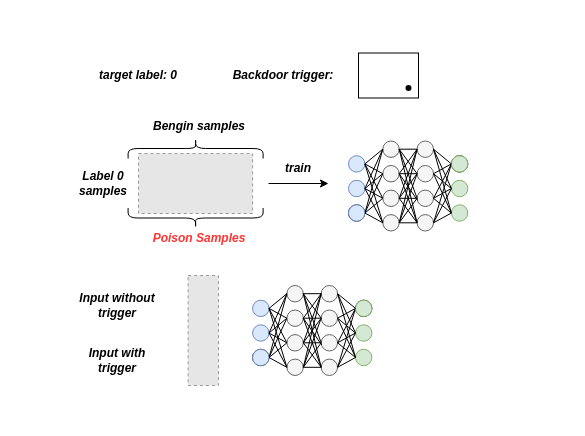
This is drawio/BadNets.drawio from ShizhongP/dl-notes, a draw.io file, before an edit. Source tidied: cells renumbered, new cells numbered last; positions are measured from the earlier drawing's top-left corner, leaving out a move shared by most shapes. Both pictures are drawn from the tidied source at 100%, with x=0, y=0 at pixel (68, 52). Pictures stored in the file or linked from it are replaced by grey dashed boxes.
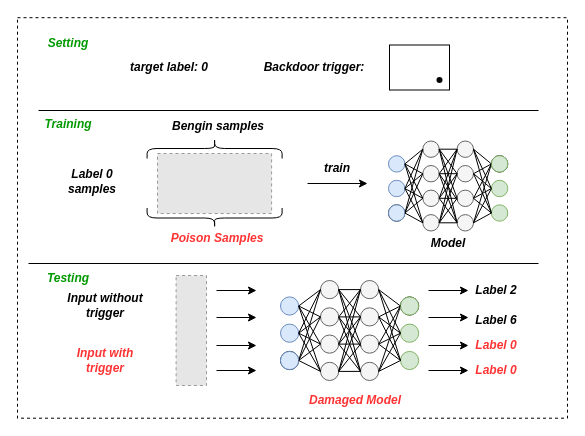
Above is the later version.

The edit, as a diff of the source:
```diff
@@
+    <mxCell id="133" style="rounded=0;whiteSpace=wrap;html=1;dashed=1;" parent="1" vertex="1">
+      <mxGeometry x="-51" y="-34.8" width="550" height="400.5" as="geometry" />
+    </mxCell>
     <mxCell id="2" value="&lt;b&gt;&lt;i&gt;target label: 0&lt;/i&gt;&lt;/b&gt;" style="text;html=1;align=center;verticalAlign=middle;whiteSpace=wrap;rounded=0;" parent="1" vertex="1">
-      <mxGeometry x="10" y="8" width="120" height="30" as="geometry" />
+      <mxGeometry x="41" width="120" height="30" as="geometry" />
     </mxCell>
     <mxCell id="3" value="&lt;b&gt;&lt;i&gt;Backdoor trigger:&lt;/i&gt;&lt;/b&gt;" style="text;html=1;align=center;verticalAlign=middle;whiteSpace=wrap;rounded=0;" parent="1" vertex="1">
-      <mxGeometry x="150" y="8" width="130" height="30" as="geometry" />
+      <mxGeometry x="181" width="130" height="30" as="geometry" />
     </mxCell>
     <mxCell id="4" style="rounded=0;whiteSpace=wrap;html=1;" parent="1" vertex="1">
-      <mxGeometry x="290" y="0.5" width="60" height="45" as="geometry" />
+      <mxGeometry x="321" y="-7.5" width="60" height="45" as="geometry" />
     </mxCell>
     <mxCell id="5" style="shape=waypoint;sketch=0;fillStyle=solid;size=6;fillColor=none;perimeter=centerPerimeter;" parent="1" vertex="1">
-      <mxGeometry x="330" y="25.5" width="20" height="20" as="geometry" />
+      <mxGeometry x="361" y="17.5" width="20" height="20" as="geometry" />
     </mxCell>
     <mxCell id="6" style="fillColor=#E6E6E6;strokeColor=#999999;dashed=1;verticalLabelPosition=bottom;labelBackgroundColor=default;verticalAlign=top;" parent="1" vertex="1">
-      <mxGeometry x="70" y="101" width="114.1" height="60" as="geometry" />
+      <mxGeometry x="89" y="101" width="114.1" height="60" as="geometry" />
     </mxCell>
     <mxCell id="7" value="&lt;b&gt;&lt;i&gt;Label 0 samples&lt;/i&gt;&lt;/b&gt;" style="text;html=1;align=center;verticalAlign=middle;whiteSpace=wrap;rounded=0;" parent="1" vertex="1">
-      <mxGeometry y="98.5" width="70" height="65" as="geometry" />
+      <mxGeometry x="-11" y="96" width="70" height="65" as="geometry" />
     </mxCell>
     <mxCell id="8" style="shape=curlyBracket;whiteSpace=wrap;html=1;rounded=1;labelPosition=left;verticalLabelPosition=middle;align=right;verticalAlign=middle;rotation=90;" parent="1" vertex="1">
-      <mxGeometry x="117.1" y="28.5" width="20" height="135" as="geometry" />
+      <mxGeometry x="136.1" y="28.5" width="20" height="135" as="geometry" />
     </mxCell>
     <mxCell id="9" value="&lt;b&gt;&lt;i&gt;Bengin samples&lt;/i&gt;&lt;/b&gt;" style="text;html=1;align=center;verticalAlign=middle;whiteSpace=wrap;rounded=0;" parent="1" vertex="1">
-      <mxGeometry x="78.3" y="58.5" width="105.9" height="30" as="geometry" />
+      <mxGeometry x="97.3" y="58.5" width="105.9" height="30" as="geometry" />
     </mxCell>
     <mxCell id="10" style="shape=curlyBracket;whiteSpace=wrap;html=1;rounded=1;labelPosition=left;verticalLabelPosition=middle;align=right;verticalAlign=middle;rotation=-90;" parent="1" vertex="1">
-      <mxGeometry x="117.1" y="98" width="20" height="135" as="geometry" />
+      <mxGeometry x="136.1" y="98" width="20" height="135" as="geometry" />
     </mxCell>
     <mxCell id="11" value="&lt;b&gt;&lt;i&gt;&lt;font color=&quot;#ff3333&quot;&gt;Poison Samples&lt;/font&gt;&lt;/i&gt;&lt;/b&gt;" style="text;html=1;align=center;verticalAlign=middle;whiteSpace=wrap;rounded=0;" parent="1" vertex="1">
-      <mxGeometry x="71.2" y="171" width="120" height="30" as="geometry" />
+      <mxGeometry x="89" y="171" width="120" height="30" as="geometry" />
     </mxCell>
     <mxCell id="12" value="&lt;i&gt;&lt;b&gt;train&lt;/b&gt;&lt;/i&gt;" style="text;html=1;align=center;verticalAlign=middle;whiteSpace=wrap;rounded=0;" parent="1" vertex="1">
-      <mxGeometry x="200" y="101" width="60" height="30" as="geometry" />
+      <mxGeometry x="239" y="101" width="60" height="30" as="geometry" />
     </mxCell>
     <mxCell id="13" style="endArrow=classic;html=1;rounded=0;" parent="1" edge="1">
       <mxGeometry relative="1" as="geometry">
-        <mxPoint x="200" y="131" as="sourcePoint" />
-        <mxPoint x="260" y="131" as="targetPoint" />
+        <mxPoint x="239" y="131" as="sourcePoint" />
+        <mxPoint x="299" y="131" as="targetPoint" />
       </mxGeometry>
     </mxCell>
     <mxCell id="14" style="group;" parent="1" vertex="1">
-      <mxGeometry x="280" y="88.5" width="120" height="90" as="geometry" />
+      <mxGeometry x="320" y="88.5" width="120" height="90" as="geometry" />
     </mxCell>
@@
     <mxCell id="72" style="fillColor=#E6E6E6;strokeColor=#999999;dashed=1;verticalLabelPosition=bottom;labelBackgroundColor=default;verticalAlign=top;" parent="1" vertex="1">
-      <mxGeometry x="119.6" y="223" width="30.4" height="110" as="geometry" />
+      <mxGeometry x="107.6" y="223" width="30.4" height="110" as="geometry" />
     </mxCell>
     <mxCell id="73" style="group;" parent="1" vertex="1">
-      <mxGeometry x="184.1" y="233" width="120" height="90" as="geometry" />
+      <mxGeometry x="212" y="228" width="140" height="100" as="geometry" />
     </mxCell>
     <mxCell id="74" style="ellipse;whiteSpace=wrap;html=1;fillColor=#dae8fc;strokeColor=#6c8ebf;" parent="73" vertex="1">
-      <mxGeometry y="14.7" width="16.4" height="16.4" as="geometry" />
+      <mxGeometry y="16.4" width="18.2" height="18.2" as="geometry" />
     </mxCell>
     <mxCell id="75" style="ellipse;whiteSpace=wrap;html=1;fillColor=#dae8fc;strokeColor=#6c8ebf;" parent="73" vertex="1">
-      <mxGeometry y="39.3" width="16.4" height="16.4" as="geometry" />
+      <mxGeometry y="43.6" width="18.2" height="18.2" as="geometry" />
     </mxCell>
     <mxCell id="76" style="ellipse;whiteSpace=wrap;html=1;" parent="73" vertex="1">
-      <mxGeometry y="63.8" width="16.4" height="16.4" as="geometry" />
+      <mxGeometry y="70.9" width="18.2" height="18.2" as="geometry" />
     </mxCell>
     <mxCell id="77" style="ellipse;whiteSpace=wrap;html=1;fillColor=#f5f5f5;fontColor=#333333;strokeColor=#666666;" parent="73" vertex="1">
-      <mxGeometry x="34.3" width="16.4" height="16.4" as="geometry" />
+      <mxGeometry x="40" width="18.2" height="18.2" as="geometry" />
     </mxCell>
     <mxCell id="78" style="ellipse;whiteSpace=wrap;html=1;fillColor=#f5f5f5;fontColor=#333333;strokeColor=#666666;" parent="73" vertex="1">
-      <mxGeometry x="34.3" y="24.5" width="16.4" height="16.4" as="geometry" />
+      <mxGeometry x="40" y="27.3" width="18.2" height="18.2" as="geometry" />
     </mxCell>
     <mxCell id="79" style="ellipse;whiteSpace=wrap;html=1;fillColor=#f5f5f5;fontColor=#333333;strokeColor=#666666;" parent="73" vertex="1">
-      <mxGeometry x="34.3" y="49.1" width="16.4" height="16.4" as="geometry" />
+      <mxGeometry x="40" y="54.5" width="18.2" height="18.2" as="geometry" />
     </mxCell>
     <mxCell id="80" style="ellipse;whiteSpace=wrap;html=1;fillColor=#f5f5f5;fontColor=#333333;strokeColor=#666666;" parent="73" vertex="1">
-      <mxGeometry x="34.3" y="73.6" width="16.4" height="16.4" as="geometry" />
+      <mxGeometry x="40" y="81.8" width="18.2" height="18.2" as="geometry" />
     </mxCell>
@@
     <mxCell id="91" style="ellipse;whiteSpace=wrap;html=1;fillColor=#dae8fc;strokeColor=#6c8ebf;" parent="73" vertex="1">
-      <mxGeometry y="63.8" width="16.4" height="16.4" as="geometry" />
+      <mxGeometry y="70.9" width="18.2" height="18.2" as="geometry" />
     </mxCell>
@@
     <mxCell id="94" style="group;rotation=-180;" parent="73" vertex="1">
-      <mxGeometry x="68.6" width="51.4" height="90" as="geometry" />
+      <mxGeometry x="80" width="60" height="100" as="geometry" />
     </mxCell>
     <mxCell id="95" style="ellipse;whiteSpace=wrap;html=1;rotation=-180;fillColor=#d5e8d4;strokeColor=#82b366;" parent="94" vertex="1">
-      <mxGeometry x="34.3" y="63.8" width="16.4" height="16.4" as="geometry" />
+      <mxGeometry x="40" y="70.9" width="18.2" height="18.2" as="geometry" />
     </mxCell>
     <mxCell id="96" style="ellipse;whiteSpace=wrap;html=1;rotation=-180;fillColor=#d5e8d4;strokeColor=#82b366;" parent="94" vertex="1">
-      <mxGeometry x="34.3" y="39.3" width="16.4" height="16.4" as="geometry" />
+      <mxGeometry x="40" y="43.6" width="18.2" height="18.2" as="geometry" />
     </mxCell>
     <mxCell id="97" style="ellipse;whiteSpace=wrap;html=1;rotation=-180;" parent="94" vertex="1">
-      <mxGeometry x="34.3" y="14.7" width="16.4" height="16.4" as="geometry" />
+      <mxGeometry x="40" y="16.4" width="18.2" height="18.2" as="geometry" />
     </mxCell>
     <mxCell id="98" style="ellipse;whiteSpace=wrap;html=1;rotation=-180;fillColor=#f5f5f5;fontColor=#333333;strokeColor=#666666;" parent="94" vertex="1">
-      <mxGeometry y="73.6" width="16.4" height="16.4" as="geometry" />
+      <mxGeometry y="81.8" width="18.2" height="18.2" as="geometry" />
     </mxCell>
     <mxCell id="99" style="ellipse;whiteSpace=wrap;html=1;rotation=-180;fillColor=#f5f5f5;fontColor=#333333;strokeColor=#666666;" parent="94" vertex="1">
-      <mxGeometry y="49.1" width="16.4" height="16.4" as="geometry" />
+      <mxGeometry y="54.5" width="18.2" height="18.2" as="geometry" />
     </mxCell>
     <mxCell id="100" style="ellipse;whiteSpace=wrap;html=1;rotation=-180;fillColor=#f5f5f5;fontColor=#333333;strokeColor=#666666;" parent="94" vertex="1">
-      <mxGeometry y="24.5" width="16.4" height="16.4" as="geometry" />
+      <mxGeometry y="27.3" width="18.2" height="18.2" as="geometry" />
     </mxCell>
     <mxCell id="101" style="ellipse;whiteSpace=wrap;html=1;rotation=-180;fillColor=#f5f5f5;fontColor=#333333;strokeColor=#666666;" parent="94" vertex="1">
-      <mxGeometry width="16.4" height="16.4" as="geometry" />
+      <mxGeometry width="18.2" height="18.2" as="geometry" />
     </mxCell>
@@
     <mxCell id="112" style="ellipse;whiteSpace=wrap;html=1;rotation=-180;fillColor=#d5e8d4;strokeColor=#82b366;" parent="94" vertex="1">
-      <mxGeometry x="34.3" y="14.7" width="16.4" height="16.4" as="geometry" />
+      <mxGeometry x="40" y="16.4" width="18.2" height="18.2" as="geometry" />
     </mxCell>
@@
     <mxCell id="131" value="&lt;b&gt;&lt;i&gt;Input without trigger&lt;/i&gt;&lt;/b&gt;" style="text;html=1;align=center;verticalAlign=middle;whiteSpace=wrap;rounded=0;" parent="1" vertex="1">
-      <mxGeometry y="238" width="98.3" height="30" as="geometry" />
+      <mxGeometry x="-12" y="238" width="98.3" height="30" as="geometry" />
     </mxCell>
-    <mxCell id="132" value="&lt;b&gt;&lt;i&gt;Input with trigger&lt;/i&gt;&lt;/b&gt;" style="text;html=1;align=center;verticalAlign=middle;whiteSpace=wrap;rounded=0;" parent="1" vertex="1">
-      <mxGeometry y="293" width="98.3" height="30" as="geometry" />
+    <mxCell id="132" value="&lt;b&gt;&lt;i&gt;&lt;font color=&quot;#ff3333&quot;&gt;Input with trigger&lt;/font&gt;&lt;/i&gt;&lt;/b&gt;" style="text;html=1;align=center;verticalAlign=middle;whiteSpace=wrap;rounded=0;" parent="1" vertex="1">
+      <mxGeometry x="-12" y="293" width="98.3" height="30" as="geometry" />
     </mxCell>
+    <mxCell id="134" style="endArrow=classic;html=1;rounded=0;" parent="1" edge="1">
+      <mxGeometry relative="1" as="geometry">
+        <mxPoint x="148" y="238" as="sourcePoint" />
+        <mxPoint x="188" y="238" as="targetPoint" />
+      </mxGeometry>
+    </mxCell>
+    <mxCell id="135" style="endArrow=classic;html=1;rounded=0;" parent="1" edge="1">
+      <mxGeometry relative="1" as="geometry">
+        <mxPoint x="148" y="265" as="sourcePoint" />
+        <mxPoint x="188" y="265" as="targetPoint" />
+      </mxGeometry>
+    </mxCell>
+    <mxCell id="136" style="endArrow=classic;html=1;rounded=0;" parent="1" edge="1">
+      <mxGeometry relative="1" as="geometry">
+        <mxPoint x="148" y="293" as="sourcePoint" />
+        <mxPoint x="188" y="293" as="targetPoint" />
+      </mxGeometry>
+    </mxCell>
+    <mxCell id="137" style="endArrow=classic;html=1;rounded=0;" parent="1" edge="1">
+      <mxGeometry relative="1" as="geometry">
+        <mxPoint x="148" y="318" as="sourcePoint" />
+        <mxPoint x="188" y="318" as="targetPoint" />
+      </mxGeometry>
+    </mxCell>
+    <mxCell id="138" style="endArrow=classic;html=1;rounded=0;" parent="1" edge="1">
+      <mxGeometry relative="1" as="geometry">
+        <mxPoint x="360" y="238" as="sourcePoint" />
+        <mxPoint x="400" y="238" as="targetPoint" />
+      </mxGeometry>
+    </mxCell>
+    <mxCell id="139" style="endArrow=classic;html=1;rounded=0;" parent="1" edge="1">
+      <mxGeometry relative="1" as="geometry">
+        <mxPoint x="360" y="265" as="sourcePoint" />
+        <mxPoint x="400" y="265" as="targetPoint" />
+      </mxGeometry>
+    </mxCell>
+    <mxCell id="140" style="endArrow=classic;html=1;rounded=0;" parent="1" edge="1">
+      <mxGeometry relative="1" as="geometry">
+        <mxPoint x="360" y="293" as="sourcePoint" />
+        <mxPoint x="400" y="293" as="targetPoint" />
+      </mxGeometry>
+    </mxCell>
+    <mxCell id="141" style="endArrow=classic;html=1;rounded=0;" parent="1" edge="1">
+      <mxGeometry relative="1" as="geometry">
+        <mxPoint x="360" y="318" as="sourcePoint" />
+        <mxPoint x="400" y="318" as="targetPoint" />
+      </mxGeometry>
+    </mxCell>
+    <mxCell id="142" value="&lt;i&gt;&lt;b&gt;Label 2&lt;/b&gt;&lt;/i&gt;" style="text;html=1;align=center;verticalAlign=middle;whiteSpace=wrap;rounded=0;" parent="1" vertex="1">
+      <mxGeometry x="398" y="223" width="60" height="30" as="geometry" />
+    </mxCell>
+    <mxCell id="143" value="&lt;i&gt;&lt;b&gt;Label 6&lt;/b&gt;&lt;/i&gt;" style="text;html=1;align=center;verticalAlign=middle;whiteSpace=wrap;rounded=0;" parent="1" vertex="1">
+      <mxGeometry x="398" y="253" width="60" height="30" as="geometry" />
+    </mxCell>
+    <mxCell id="144" value="&lt;i&gt;&lt;b&gt;&lt;font color=&quot;#ff3333&quot;&gt;Label 0&lt;/font&gt;&lt;/b&gt;&lt;/i&gt;" style="text;html=1;align=center;verticalAlign=middle;whiteSpace=wrap;rounded=0;" parent="1" vertex="1">
+      <mxGeometry x="398" y="278" width="60" height="30" as="geometry" />
+    </mxCell>
+    <mxCell id="145" value="&lt;i&gt;&lt;b&gt;&lt;font color=&quot;#ff3333&quot;&gt;Label 0&lt;/font&gt;&lt;/b&gt;&lt;/i&gt;" style="text;html=1;align=center;verticalAlign=middle;whiteSpace=wrap;rounded=0;" parent="1" vertex="1">
+      <mxGeometry x="398" y="303" width="60" height="30" as="geometry" />
+    </mxCell>
+    <mxCell id="146" value="&lt;b&gt;&lt;i&gt;Model&lt;/i&gt;&lt;/b&gt;" style="text;html=1;align=center;verticalAlign=middle;whiteSpace=wrap;rounded=0;" parent="1" vertex="1">
+      <mxGeometry x="350" y="171" width="60" height="40" as="geometry" />
+    </mxCell>
+    <mxCell id="147" value="&lt;b&gt;&lt;i&gt;&lt;font color=&quot;#ff3333&quot;&gt;Damaged Model&lt;/font&gt;&lt;/i&gt;&lt;/b&gt;" style="text;html=1;align=center;verticalAlign=middle;whiteSpace=wrap;rounded=0;" parent="1" vertex="1">
+      <mxGeometry x="222" y="333" width="130" height="30" as="geometry" />
+    </mxCell>
+    <mxCell id="148" style="endArrow=none;html=1;rounded=0;" parent="1" edge="1">
+      <mxGeometry relative="1" as="geometry">
+        <mxPoint x="-30" y="58" as="sourcePoint" />
+        <mxPoint x="470" y="58" as="targetPoint" />
+      </mxGeometry>
+    </mxCell>
+    <mxCell id="149" style="endArrow=none;html=1;rounded=0;" parent="1" edge="1">
+      <mxGeometry relative="1" as="geometry">
+        <mxPoint x="-40" y="211" as="sourcePoint" />
+        <mxPoint x="470" y="211" as="targetPoint" />
+      </mxGeometry>
+    </mxCell>
+    <mxCell id="150" value="&lt;b&gt;&lt;i&gt;&lt;font color=&quot;#009900&quot;&gt;Setting&lt;/font&gt;&lt;/i&gt;&lt;/b&gt;" style="text;html=1;align=center;verticalAlign=middle;whiteSpace=wrap;rounded=0;" parent="1" vertex="1">
+      <mxGeometry x="-30" y="-24" width="60" height="30" as="geometry" />
+    </mxCell>
+    <mxCell id="151" value="&lt;b&gt;&lt;i&gt;&lt;font color=&quot;#009900&quot;&gt;Training&lt;/font&gt;&lt;/i&gt;&lt;/b&gt;" style="text;html=1;align=center;verticalAlign=middle;whiteSpace=wrap;rounded=0;" parent="1" vertex="1">
+      <mxGeometry x="-30" y="57" width="60" height="30" as="geometry" />
+    </mxCell>
+    <mxCell id="152" value="&lt;font color=&quot;#009900&quot;&gt;&lt;b&gt;&lt;i&gt;Testing&lt;/i&gt;&lt;/b&gt;&lt;/font&gt;" style="text;html=1;align=center;verticalAlign=middle;whiteSpace=wrap;rounded=0;" parent="1" vertex="1">
+      <mxGeometry x="-30" y="211" width="60" height="30" as="geometry" />
+    </mxCell>
```
